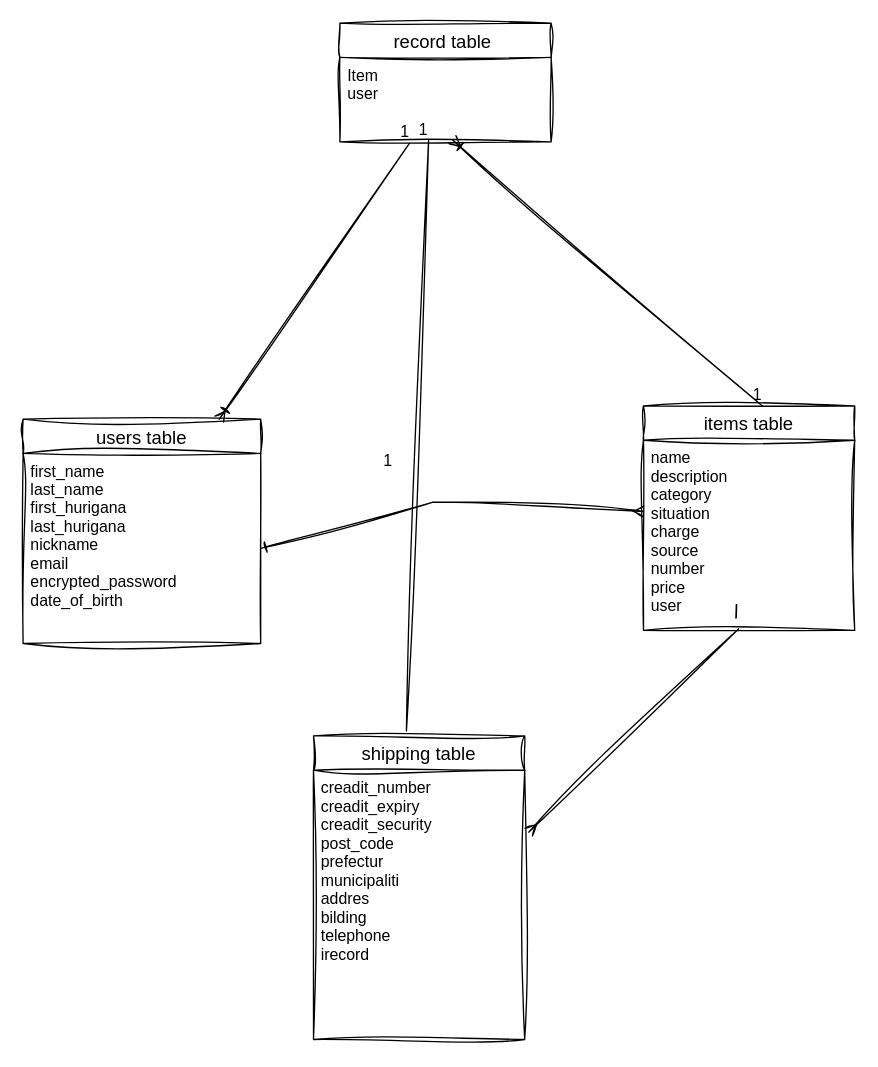
This is page "ページ1" (1 of 2) of test.dio from simizuyuuki/furima-40385, a draw.io file, before an edit. Source tidied: cells renumbered, new cells numbered last; positions are measured from the earlier drawing's top-left corner, leaving out a move shared by most shapes. Both pictures are drawn from the tidied source at 132%, with x=0, y=0 at pixel (22, 22).
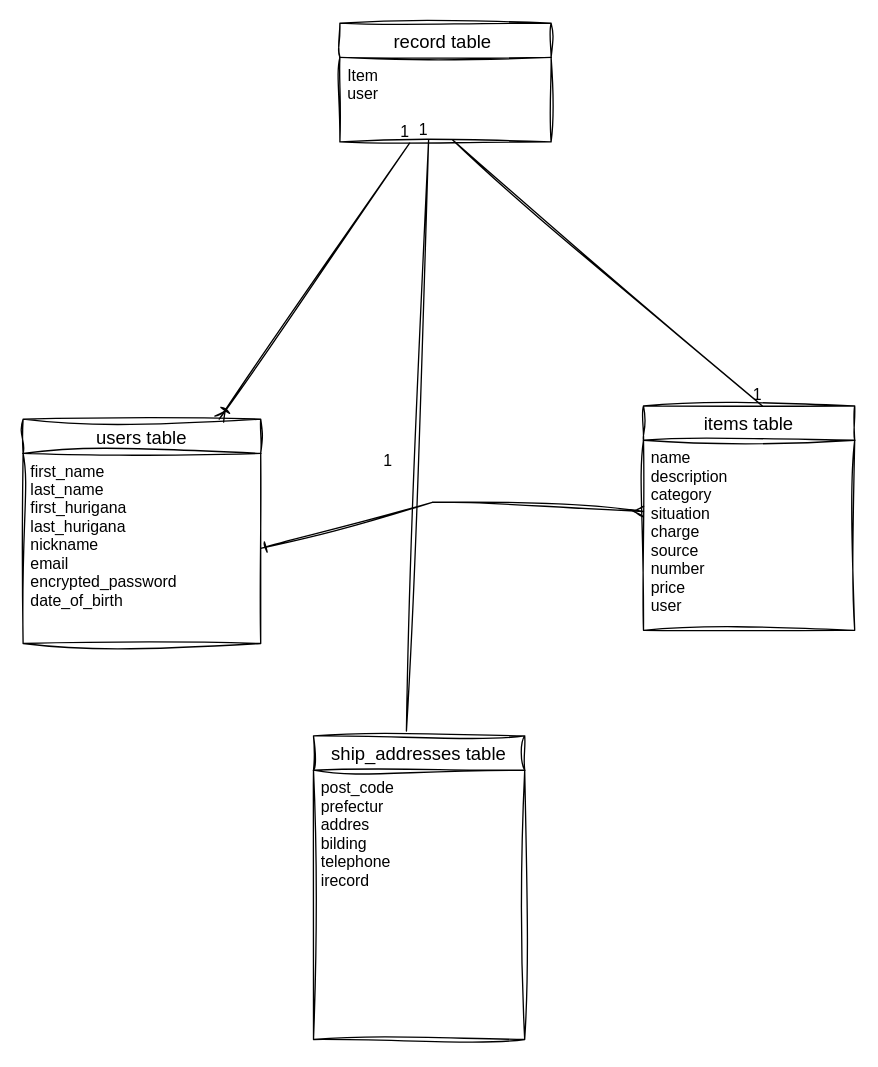
After the change.

Commit message (it also covers changes not shown here):
データベース設計➃

Unchanged cells that the change refers to:
```xml
<mxCell id="4" value="items table" style="swimlane;fontStyle=0;horizontal=1;startSize=26;align=center;fontSize=14;sketch=1;curveFitting=1;jiggle=2;" parent="1" vertex="1">
  <mxGeometry x="470" y="290" width="160" height="170" as="geometry" />
</mxCell>
<mxCell id="5" value="name&#10;description&#10;category&#10;situation&#10;charge&#10;source&#10;number&#10;price&#10;user" style="text;strokeColor=none;fillColor=none;spacingLeft=4;spacingRight=4;overflow=hidden;points=[[0,0.5],[1,0.5]];portConstraint=eastwest;fontSize=12;sketch=1;curveFitting=1;jiggle=2;" parent="4" vertex="1">
  <mxGeometry y="26" width="160" height="144" as="geometry" />
</mxCell>
<mxCell id="9" value="Item &#10;user" style="text;strokeColor=none;fillColor=none;spacingLeft=4;spacingRight=4;overflow=hidden;points=[[0,0.5],[1,0.5]];portConstraint=eastwest;fontSize=12;sketch=1;curveFitting=1;jiggle=2;" parent="8" vertex="1">
  <mxGeometry y="26" width="160" height="64" as="geometry" />
</mxCell>
```

What changed in the source:
```diff
@@
-    <mxCell id="6" value="shipping table" style="swimlane;fontStyle=0;horizontal=1;startSize=26;align=center;fontSize=14;sketch=1;curveFitting=1;jiggle=2;" parent="1" vertex="1">
+    <mxCell id="6" value="ship_addresses table" style="swimlane;fontStyle=0;horizontal=1;startSize=26;align=center;fontSize=14;sketch=1;curveFitting=1;jiggle=2;" parent="1" vertex="1">
       <mxGeometry x="220" y="540" width="160" height="230" as="geometry" />
     </mxCell>
-    <mxCell id="7" value="creadit_number&#10;creadit_expiry&#10;creadit_security&#10;post_code&#10;prefectur&#10;municipaliti&#10;addres&#10;bilding&#10;telephone&#10;irecord" style="text;strokeColor=none;fillColor=none;spacingLeft=4;spacingRight=4;overflow=hidden;points=[[0,0.5],[1,0.5]];portConstraint=eastwest;fontSize=12;sketch=1;curveFitting=1;jiggle=2;" parent="6" vertex="1">
+    <mxCell id="7" value="post_code&#10;prefectur&#10;addres&#10;bilding&#10;telephone&#10;irecord" style="text;strokeColor=none;fillColor=none;spacingLeft=4;spacingRight=4;overflow=hidden;points=[[0,0.5],[1,0.5]];portConstraint=eastwest;fontSize=12;sketch=1;curveFitting=1;jiggle=2;" parent="6" vertex="1">
       <mxGeometry y="26" width="160" height="204" as="geometry" />
     </mxCell>
@@
-    <mxCell id="12" style="endArrow=none;html=1;rounded=0;exitX=0.533;exitY=0.974;exitDx=0;exitDy=0;exitPerimeter=0;entryX=0.563;entryY=0;entryDx=0;entryDy=0;entryPerimeter=0;sketch=1;curveFitting=1;jiggle=2;startArrow=ERoneToMany;startFill=0;" parent="1" edge="1" source="9" target="4">
+    <mxCell id="12" style="endArrow=none;html=1;rounded=0;exitX=0.533;exitY=0.974;exitDx=0;exitDy=0;exitPerimeter=0;entryX=0.563;entryY=0;entryDx=0;entryDy=0;entryPerimeter=0;sketch=1;curveFitting=1;jiggle=2;startArrow=none;startFill=0;" parent="1" edge="1" source="9" target="4">
       <mxGeometry relative="1" as="geometry" />
     </mxCell>
@@
-    <mxCell id="18" style="endArrow=none;html=1;rounded=0;sketch=1;hachureGap=4;jiggle=2;curveFitting=1;fontFamily=Architects Daughter;fontSize=16;entryX=0.45;entryY=0.993;entryDx=0;entryDy=0;entryPerimeter=0;exitX=1.019;exitY=0.23;exitDx=0;exitDy=0;exitPerimeter=0;endFill=0;startArrow=ERmany;startFill=0;" parent="1" edge="1" source="7" target="5">
-      <mxGeometry relative="1" as="geometry" />
-    </mxCell>
-    <mxCell id="19" value="1" style="html=1;align=right;verticalAlign=bottom;sketch=1;hachureGap=4;jiggle=2;curveFitting=1;fontFamily=Architects Daughter;fontSize=20;" parent="18" vertex="1">
-      <mxGeometry x="1" relative="1" as="geometry" />
-    </mxCell>
```
